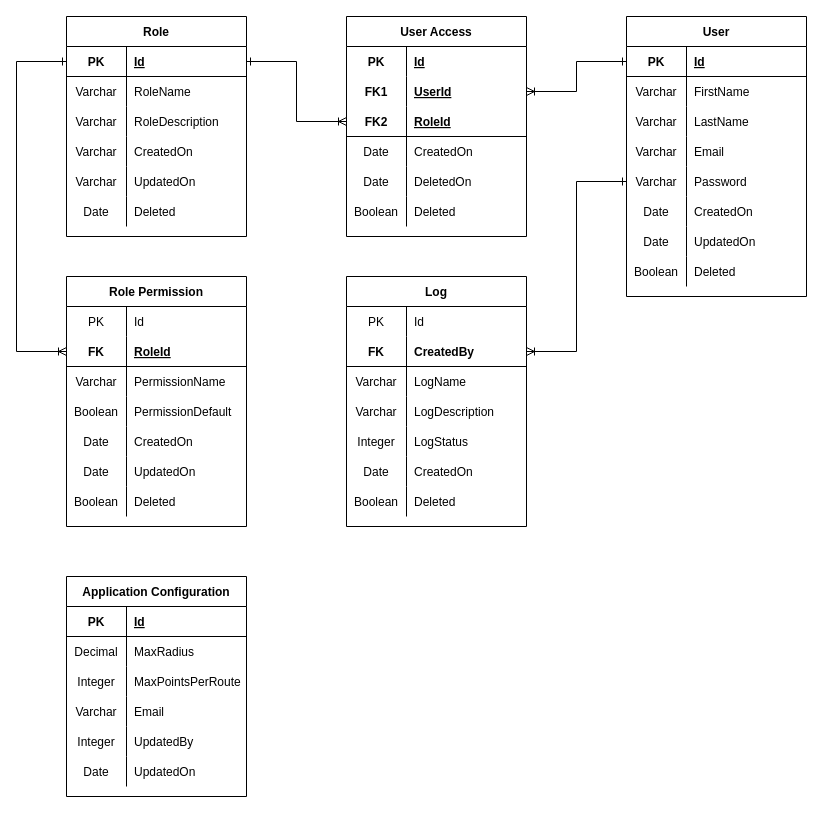
Ilchampo/garosa-dist-application keeps this draw.io diagram as garosa-backend/docs/database/diagram.drawio. Above is the earlier version. Source tidied: cells renumbered, new cells numbered last; positions are measured from the earlier drawing's top-left corner, leaving out a move shared by most shapes. Both pictures are drawn from the tidied source at 100%, with x=0, y=0 at pixel (16, 16).
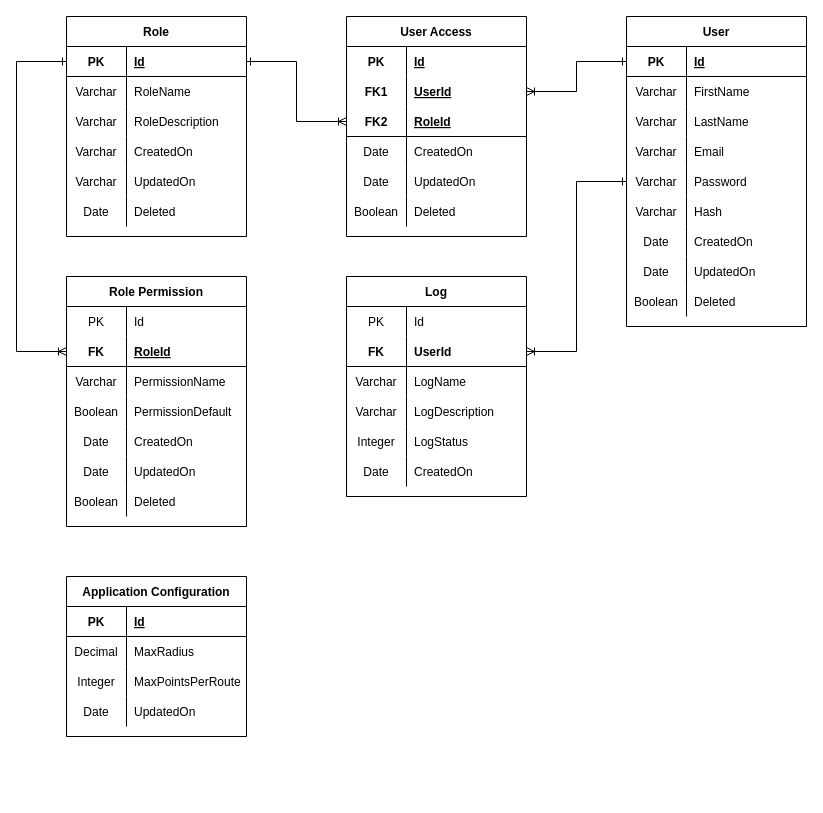
The same page after the edit.

The change refers to these unchanged cells:
```xml
<mxCell id="81" style="shape=partialRectangle;fillColor=none;top=0;left=0;bottom=0;right=0;" parent="68" vertex="1">
  <mxGeometry y="150" width="180" height="30" as="geometry" />
</mxCell>
<mxCell id="113" style="shape=partialRectangle;fillColor=none;top=0;left=0;bottom=1;right=0;points=[[0,0.5],[1,0.5]];portConstraint=eastwest;" parent="109" vertex="1">
  <mxGeometry y="60" width="180" height="30" as="geometry" />
</mxCell>
```

Change to the diagram source:
```diff
@@
     <mxCell id="2" value="User" style="shape=table;startSize=30;childLayout=tableLayout;rowLines=0;fontStyle=1;align=center;" parent="1" vertex="1">
-      <mxGeometry x="610" width="180" height="280" as="geometry" />
+      <mxGeometry x="610" width="180" height="310" as="geometry" />
     </mxCell>
@@
+    <mxCell id="132" style="shape=partialRectangle;fillColor=none;top=0;left=0;bottom=0;right=0;" parent="2" vertex="1">
+      <mxGeometry y="180" width="180" height="30" as="geometry" />
+    </mxCell>
+    <mxCell id="98" value="Varchar" style="shape=partialRectangle;fillColor=none;top=0;left=0;bottom=0;right=0;overflow=hidden;" parent="132" vertex="1">
+      <mxGeometry width="60" height="30" as="geometry" />
+    </mxCell>
+    <mxCell id="133" value="Hash" style="shape=partialRectangle;fillColor=none;top=0;left=0;bottom=0;right=0;align=left;spacingLeft=6;overflow=hidden;" parent="132" vertex="1">
+      <mxGeometry x="60" width="120" height="30" as="geometry" />
+    </mxCell>
     <mxCell id="18" style="shape=partialRectangle;fillColor=none;top=0;left=0;bottom=0;right=0;" parent="2" vertex="1">
-      <mxGeometry y="180" width="180" height="30" as="geometry" />
+      <mxGeometry y="210" width="180" height="30" as="geometry" />
     </mxCell>
@@
     <mxCell id="21" style="shape=partialRectangle;fillColor=none;top=0;left=0;bottom=0;right=0;" parent="2" vertex="1">
-      <mxGeometry y="210" width="180" height="30" as="geometry" />
+      <mxGeometry y="240" width="180" height="30" as="geometry" />
     </mxCell>
@@
     <mxCell id="24" style="shape=partialRectangle;fillColor=none;top=0;left=0;bottom=0;right=0;" parent="2" vertex="1">
-      <mxGeometry y="240" width="180" height="30" as="geometry" />
+      <mxGeometry y="270" width="180" height="30" as="geometry" />
     </mxCell>
@@
-    <mxCell id="83" value="DeletedOn" style="shape=partialRectangle;fillColor=none;top=0;left=0;bottom=0;right=0;align=left;spacingLeft=6;overflow=hidden;" parent="81" vertex="1">
+    <mxCell id="83" value="UpdatedOn" style="shape=partialRectangle;fillColor=none;top=0;left=0;bottom=0;right=0;align=left;spacingLeft=6;overflow=hidden;" parent="81" vertex="1">
       <mxGeometry x="60" width="120" height="30" as="geometry" />
     </mxCell>
@@
     <mxCell id="87" value="Application Configuration" style="shape=table;startSize=30;childLayout=tableLayout;rowLines=0;fontStyle=1;align=center;" parent="1" vertex="1">
-      <mxGeometry x="50" y="560" width="180" height="220" as="geometry" />
+      <mxGeometry x="50" y="560" width="180" height="160" as="geometry" />
     </mxCell>
@@
-    <mxCell id="97" style="shape=partialRectangle;fillColor=none;top=0;left=0;bottom=0;right=0;" parent="87" vertex="1">
-      <mxGeometry y="120" width="180" height="30" as="geometry" />
-    </mxCell>
-    <mxCell id="98" value="Varchar" style="shape=partialRectangle;fillColor=none;top=0;left=0;bottom=0;right=0;overflow=hidden;" parent="97" vertex="1">
-      <mxGeometry width="60" height="30" as="geometry" />
-    </mxCell>
-    <mxCell id="99" value="Email" style="shape=partialRectangle;fillColor=none;top=0;left=0;bottom=0;right=0;align=left;spacingLeft=6;overflow=hidden;" parent="97" vertex="1">
-      <mxGeometry x="60" width="120" height="30" as="geometry" />
-    </mxCell>
-    <mxCell id="100" style="shape=partialRectangle;fillColor=none;top=0;left=0;bottom=0;right=0;" parent="87" vertex="1">
-      <mxGeometry y="150" width="180" height="30" as="geometry" />
-    </mxCell>
-    <mxCell id="101" value="Integer" style="shape=partialRectangle;fillColor=none;top=0;left=0;bottom=0;right=0;overflow=hidden;" parent="100" vertex="1">
-      <mxGeometry width="60" height="30" as="geometry" />
-    </mxCell>
-    <mxCell id="102" value="UpdatedBy" style="shape=partialRectangle;fillColor=none;top=0;left=0;bottom=0;right=0;align=left;spacingLeft=6;overflow=hidden;" parent="100" vertex="1">
-      <mxGeometry x="60" width="120" height="30" as="geometry" />
-    </mxCell>
     <mxCell id="103" style="shape=partialRectangle;fillColor=none;top=0;left=0;bottom=0;right=0;" parent="87" vertex="1">
-      <mxGeometry y="180" width="180" height="30" as="geometry" />
+      <mxGeometry y="120" width="180" height="30" as="geometry" />
     </mxCell>
@@
     <mxCell id="109" value="Log" style="shape=table;startSize=30;childLayout=tableLayout;rowLines=0;fontStyle=1;align=center;" parent="1" vertex="1">
-      <mxGeometry x="330" y="260" width="180" height="250" as="geometry" />
+      <mxGeometry x="330" y="260" width="180" height="220" as="geometry" />
     </mxCell>
@@
-    <mxCell id="115" value="CreatedBy" style="shape=partialRectangle;fillColor=none;top=0;left=0;bottom=0;right=0;align=left;spacingLeft=6;fontStyle=1;overflow=hidden;" parent="113" vertex="1">
+    <mxCell id="115" value="UserId" style="shape=partialRectangle;fillColor=none;top=0;left=0;bottom=0;right=0;align=left;spacingLeft=6;fontStyle=1;overflow=hidden;" parent="113" vertex="1">
       <mxGeometry x="60" width="120" height="30" as="geometry" />
     </mxCell>
@@
-    <mxCell id="128" style="shape=partialRectangle;fillColor=none;top=0;left=0;bottom=0;right=0;" parent="109" vertex="1">
-      <mxGeometry y="210" width="180" height="30" as="geometry" />
-    </mxCell>
-    <mxCell id="129" value="Boolean" style="shape=partialRectangle;fillColor=none;top=0;left=0;bottom=0;right=0;overflow=hidden;" parent="128" vertex="1">
-      <mxGeometry width="60" height="30" as="geometry" />
-    </mxCell>
-    <mxCell id="130" value="Deleted" style="shape=partialRectangle;fillColor=none;top=0;left=0;bottom=0;right=0;align=left;spacingLeft=6;overflow=hidden;" parent="128" vertex="1">
-      <mxGeometry x="60" width="120" height="30" as="geometry" />
-    </mxCell>
```
